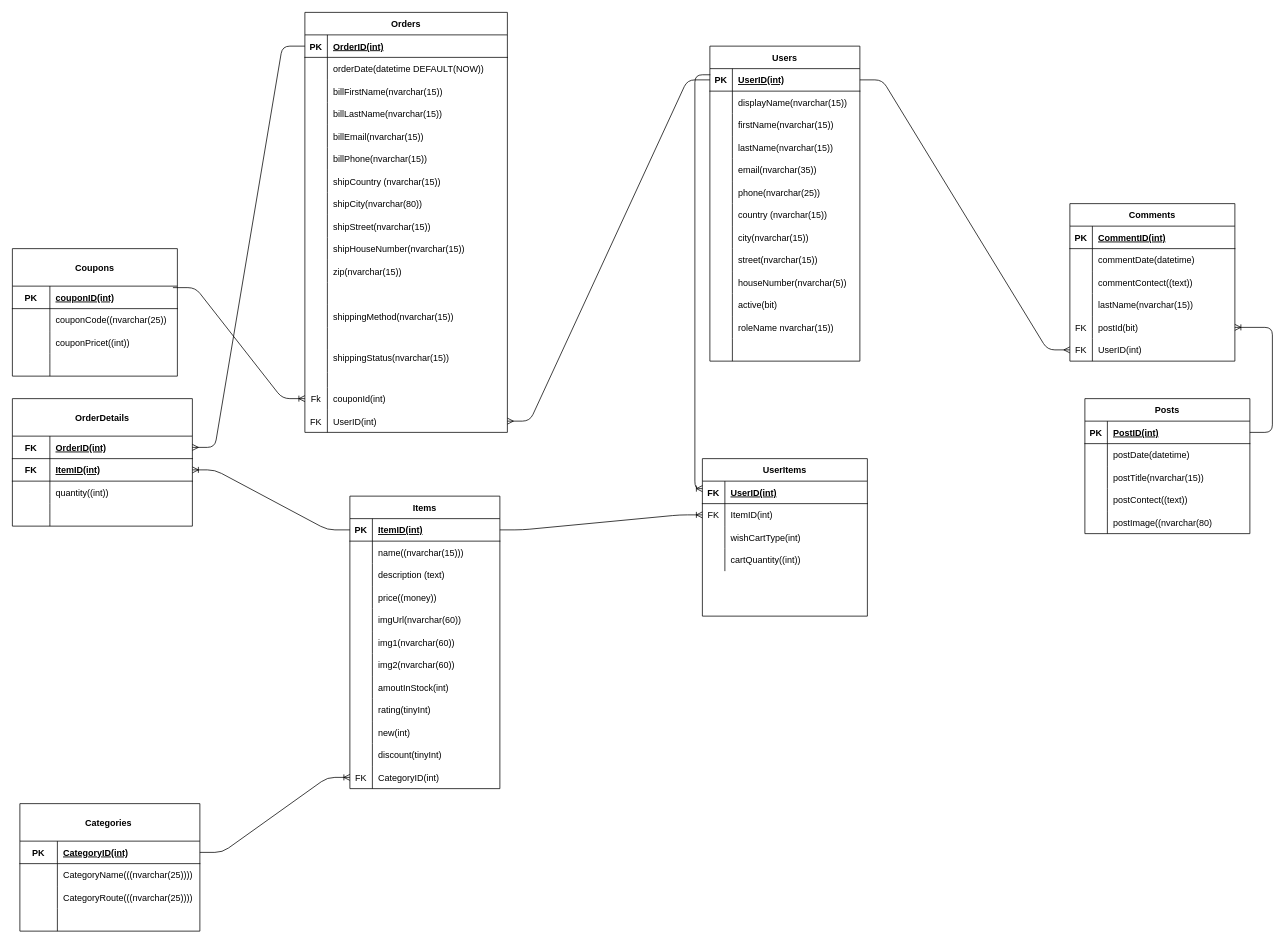
This is Untitled Diagram.drawio from giladdekel/TypescriptE, a draw.io file, before an edit. Source tidied: cells renumbered, new cells numbered last; positions are measured from the earlier drawing's top-left corner, leaving out a move shared by most shapes. Both pictures are drawn from the tidied source at 75%, with x=0, y=0 at pixel (12, 12).
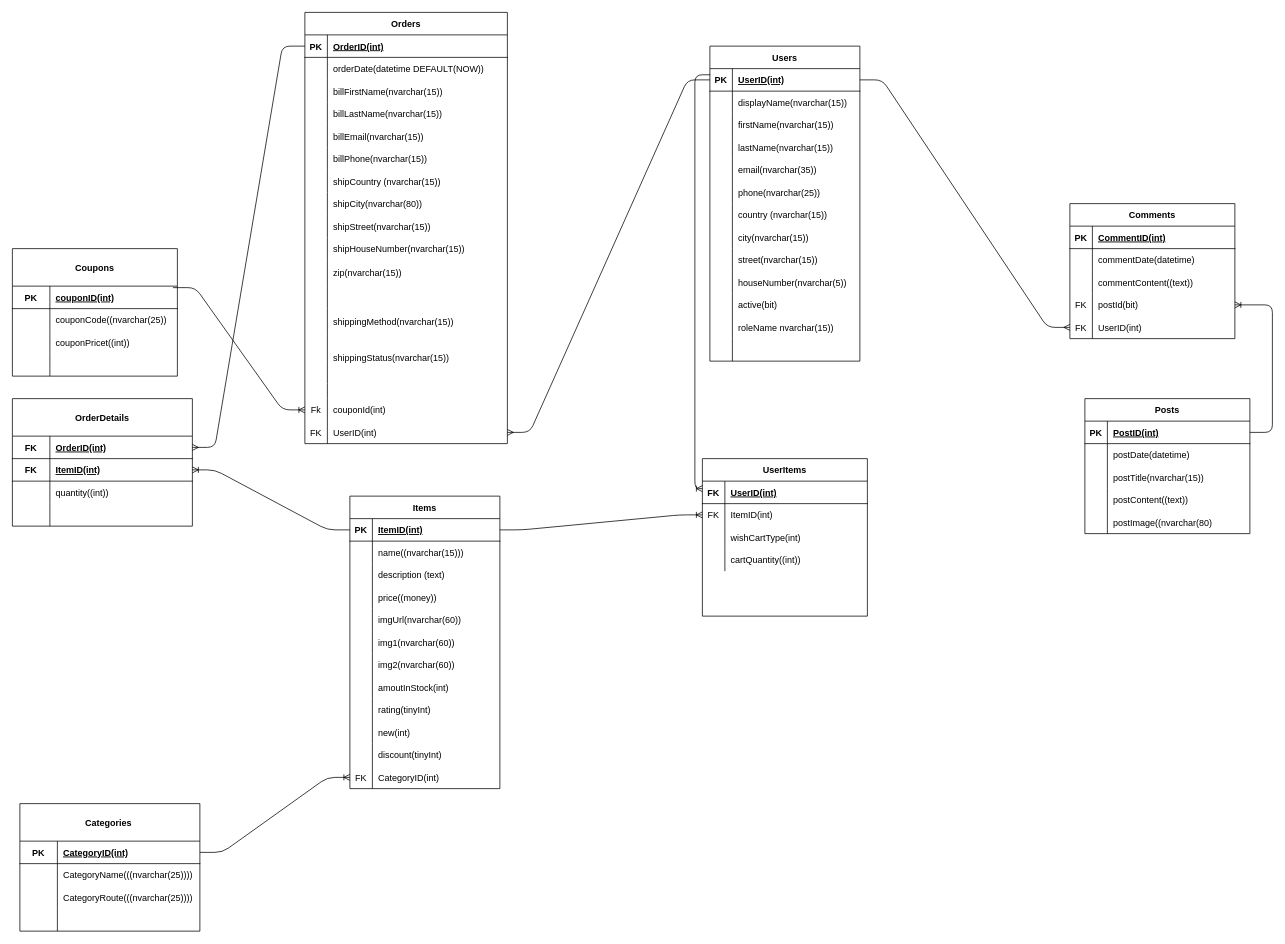
Above is the later version.

Unchanged cells that the change refers to:
```xml
<mxCell id="61" style="shape=partialRectangle;fillColor=none;top=0;left=0;bottom=0;right=0;" parent="42" vertex="1">
  <mxGeometry y="210" width="270" height="30" as="geometry" />
</mxCell>
<mxCell id="173" style="shape=partialRectangle;fillColor=none;top=0;left=0;bottom=0;right=0;" parent="166" vertex="1">
  <mxGeometry y="90" width="220" height="30" as="geometry" />
</mxCell>
<mxCell id="196" style="shape=partialRectangle;fillColor=none;top=0;left=0;bottom=0;right=0;" parent="186" vertex="1">
  <mxGeometry y="120" width="220" height="30" as="geometry" />
</mxCell>
```

Diff of the diagram source:
```diff
@@
     <mxCell id="42" value="Orders" style="shape=table;startSize=30;childLayout=tableLayout;rowLines=0;fontStyle=1;align=center;" parent="1" vertex="1">
-      <mxGeometry x="390" width="270" height="560" as="geometry" />
+      <mxGeometry x="390" width="270" height="575" as="geometry" />
     </mxCell>
@@
-    <mxCell id="63" value="shipCountry (nvarchar(15))" style="shape=partialRectangle;fillColor=none;top=0;left=0;bottom=0;right=0;align=left;spacingLeft=6;overflow=hidden;" parent="61" vertex="1">
+    <mxCell id="63" value="shipCountry (nvarchar(15))" style="shape=partialRectangle;fillColor=none;top=0;left=0;bottom=0;right=0;align=left;spacingLeft=6;overflow=hidden;" parent="61" vertex="1">
       <mxGeometry x="30" width="240" height="30" as="geometry" />
     </mxCell>
@@
     <mxCell id="73" style="shape=partialRectangle;fillColor=none;top=0;left=0;bottom=0;right=0;" parent="42" vertex="1">
-      <mxGeometry y="330" width="270" height="30" as="geometry" />
+      <mxGeometry y="330" width="270" height="35" as="geometry" />
     </mxCell>
     <mxCell id="74" style="shape=partialRectangle;fillColor=none;top=0;left=0;bottom=0;right=0;overflow=hidden;" parent="73" vertex="1">
-      <mxGeometry width="30" height="30" as="geometry" />
+      <mxGeometry width="30" height="35" as="geometry" />
     </mxCell>
     <mxCell id="75" value="zip(nvarchar(15))" style="shape=partialRectangle;fillColor=none;top=0;left=0;bottom=0;right=0;align=left;spacingLeft=6;overflow=hidden;" parent="73" vertex="1">
-      <mxGeometry x="30" width="240" height="30" as="geometry" />
+      <mxGeometry x="30" width="240" height="35" as="geometry" />
     </mxCell>
     <mxCell id="76" style="shape=partialRectangle;fillColor=none;top=0;left=0;bottom=0;right=0;" parent="42" vertex="1">
-      <mxGeometry y="360" width="270" height="30" as="geometry" />
+      <mxGeometry y="365" width="270" height="30" as="geometry" />
     </mxCell>
@@
     <mxCell id="79" style="shape=partialRectangle;fillColor=none;top=0;left=0;bottom=0;right=0;" parent="42" vertex="1">
-      <mxGeometry y="390" width="270" height="30" as="geometry" />
+      <mxGeometry y="395" width="270" height="35" as="geometry" />
     </mxCell>
     <mxCell id="80" style="shape=partialRectangle;fillColor=none;top=0;left=0;bottom=0;right=0;overflow=hidden;" parent="79" vertex="1">
-      <mxGeometry width="30" height="30" as="geometry" />
+      <mxGeometry width="30" height="35" as="geometry" />
     </mxCell>
     <mxCell id="81" value="shippingMethod(nvarchar(15))" style="shape=partialRectangle;fillColor=none;top=0;left=0;bottom=0;right=0;align=left;spacingLeft=6;overflow=hidden;" parent="79" vertex="1">
-      <mxGeometry x="30" width="240" height="30" as="geometry" />
+      <mxGeometry x="30" width="240" height="35" as="geometry" />
     </mxCell>
     <mxCell id="82" style="shape=partialRectangle;fillColor=none;top=0;left=0;bottom=0;right=0;" parent="42" vertex="1">
-      <mxGeometry y="420" width="270" height="30" as="geometry" />
+      <mxGeometry y="430" width="270" height="35" as="geometry" />
     </mxCell>
     <mxCell id="83" style="shape=partialRectangle;fillColor=none;top=0;left=0;bottom=0;right=0;overflow=hidden;" parent="82" vertex="1">
-      <mxGeometry width="30" height="30" as="geometry" />
+      <mxGeometry width="30" height="35" as="geometry" />
     </mxCell>
     <mxCell id="84" style="shape=partialRectangle;fillColor=none;top=0;left=0;bottom=0;right=0;align=left;spacingLeft=6;overflow=hidden;" parent="82" vertex="1">
-      <mxGeometry x="30" width="240" height="30" as="geometry" />
+      <mxGeometry x="30" width="240" height="35" as="geometry" />
     </mxCell>
     <mxCell id="85" style="shape=partialRectangle;fillColor=none;top=0;left=0;bottom=0;right=0;" parent="42" vertex="1">
-      <mxGeometry y="450" width="270" height="30" as="geometry" />
+      <mxGeometry y="465" width="270" height="30" as="geometry" />
     </mxCell>
@@
     <mxCell id="88" style="shape=partialRectangle;fillColor=none;top=0;left=0;bottom=0;right=0;" parent="42" vertex="1">
-      <mxGeometry y="480" width="270" height="20" as="geometry" />
+      <mxGeometry y="495" width="270" height="20" as="geometry" />
     </mxCell>
@@
     <mxCell id="91" style="shape=partialRectangle;fillColor=none;top=0;left=0;bottom=0;right=0;points=[[0,0.5],[1,0.5]];portConstraint=eastwest;" parent="42" vertex="1">
-      <mxGeometry y="500" width="270" height="30" as="geometry" />
+      <mxGeometry y="515" width="270" height="30" as="geometry" />
     </mxCell>
@@
     <mxCell id="94" style="shape=partialRectangle;fillColor=none;top=0;left=0;bottom=0;right=0;points=[[0,0.5],[1,0.5]];portConstraint=eastwest;" parent="42" vertex="1">
-      <mxGeometry y="530" width="270" height="30" as="geometry" />
+      <mxGeometry y="545" width="270" height="30" as="geometry" />
     </mxCell>
@@
     <mxCell id="166" value="Comments" style="shape=table;startSize=30;childLayout=tableLayout;rowLines=0;fontStyle=1;align=center;" parent="1" vertex="1">
-      <mxGeometry x="1410" y="255" width="220" height="210" as="geometry" />
+      <mxGeometry x="1410" y="255" width="220" height="180" as="geometry" />
     </mxCell>
@@
-    <mxCell id="175" value="commentContect((text))" style="shape=partialRectangle;fillColor=none;top=0;left=0;bottom=0;right=0;align=left;spacingLeft=6;overflow=hidden;" parent="173" vertex="1">
+    <mxCell id="175" value="commentContent((text))" style="shape=partialRectangle;fillColor=none;top=0;left=0;bottom=0;right=0;align=left;spacingLeft=6;overflow=hidden;" parent="173" vertex="1">
       <mxGeometry x="30" width="190" height="30" as="geometry" />
     </mxCell>
-    <mxCell id="176" style="shape=partialRectangle;fillColor=none;top=0;left=0;bottom=0;right=0;" parent="166" vertex="1">
-      <mxGeometry y="120" width="220" height="30" as="geometry" />
-    </mxCell>
-    <mxCell id="177" style="shape=partialRectangle;fillColor=none;top=0;left=0;bottom=0;right=0;overflow=hidden;" parent="176" vertex="1">
-      <mxGeometry width="30" height="30" as="geometry" />
-    </mxCell>
-    <mxCell id="178" value="lastName(nvarchar(15))" style="shape=partialRectangle;fillColor=none;top=0;left=0;bottom=0;right=0;align=left;spacingLeft=6;overflow=hidden;" parent="176" vertex="1">
-      <mxGeometry x="30" width="190" height="30" as="geometry" />
-    </mxCell>
     <mxCell id="179" style="shape=partialRectangle;fillColor=none;top=0;left=0;bottom=0;right=0;points=[[0,0.5],[1,0.5]];portConstraint=eastwest;" parent="166" vertex="1">
-      <mxGeometry y="150" width="220" height="30" as="geometry" />
+      <mxGeometry y="120" width="220" height="30" as="geometry" />
     </mxCell>
@@
     <mxCell id="182" style="shape=partialRectangle;fillColor=none;top=0;left=0;bottom=0;right=0;points=[[0,0.5],[1,0.5]];portConstraint=eastwest;" parent="166" vertex="1">
-      <mxGeometry y="180" width="220" height="30" as="geometry" />
+      <mxGeometry y="150" width="220" height="30" as="geometry" />
     </mxCell>
@@
-    <mxCell id="198" value="postContect((text))" style="shape=partialRectangle;fillColor=none;top=0;left=0;bottom=0;right=0;align=left;spacingLeft=6;overflow=hidden;" parent="196" vertex="1">
+    <mxCell id="198" value="postContent((text))" style="shape=partialRectangle;fillColor=none;top=0;left=0;bottom=0;right=0;align=left;spacingLeft=6;overflow=hidden;" parent="196" vertex="1">
       <mxGeometry x="30" width="190" height="30" as="geometry" />
     </mxCell>
```
